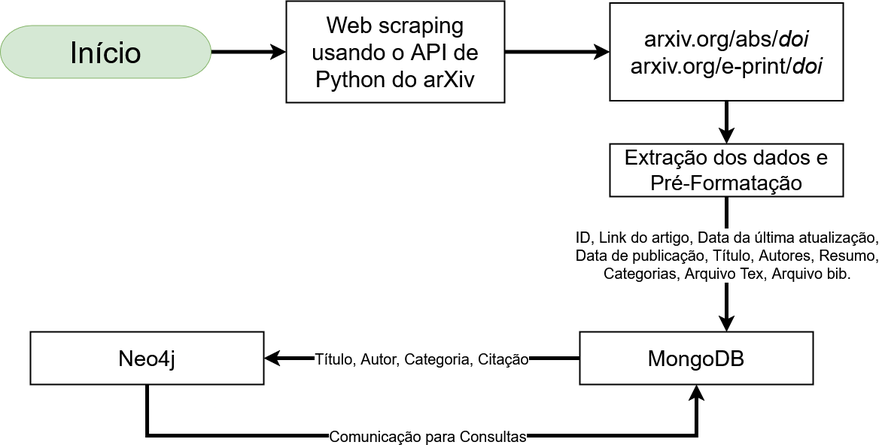
The draw.io diagram images/Fluxograma_PMD.png in badastt/UFSCar-CC-So-PMD2025-Grupo09, before a commit. Source tidied: cells renumbered, new cells last; positions are measured from the earlier drawing's top-left corner, leaving out a move shared by most shapes. The source it was exported from:
```xml
<mxGraphModel>
  <root>
    <mxCell id="0" />
    <mxCell id="1" parent="0" />
    <mxCell id="2" style="edgeStyle=orthogonalEdgeStyle;rounded=0;jettySize=auto;html=1;exitX=1;exitY=0.5;exitDx=0;exitDy=0;entryX=0;entryY=0.5;entryDx=0;entryDy=0;strokeColor=default;strokeWidth=5;align=center;verticalAlign=middle;fontFamily=Helvetica;fontSize=11;fontColor=default;labelBackgroundColor=default;endArrow=classic;" parent="1" edge="1" source="3" target="7">
      <mxGeometry relative="1" as="geometry" />
    </mxCell>
    <mxCell id="3" value="&lt;font style=&quot;font-size: 30px;&quot;&gt;Web scraping usando o API de Python do arXiv&lt;/font&gt;" style="rounded=0;whiteSpace=wrap;html=1;strokeWidth=2;" parent="1" vertex="1">
      <mxGeometry x="380" width="290" height="135" as="geometry" />
    </mxCell>
    <mxCell id="4" style="edgeStyle=orthogonalEdgeStyle;rounded=0;jettySize=auto;html=1;exitX=1;exitY=0.5;exitDx=0;exitDy=0;entryX=0;entryY=0.5;entryDx=0;entryDy=0;strokeWidth=5;" parent="1" edge="1" source="5" target="3">
      <mxGeometry relative="1" as="geometry" />
    </mxCell>
    <mxCell id="5" value="&lt;font style=&quot;font-size: 40px;&quot;&gt;Início&lt;/font&gt;" style="rounded=1;whiteSpace=wrap;html=1;arcSize=60;fillColor=#d5e8d4;strokeColor=#82b366;" parent="1" vertex="1">
      <mxGeometry y="32.5" width="280" height="70" as="geometry" />
    </mxCell>
    <mxCell id="6" style="edgeStyle=orthogonalEdgeStyle;rounded=0;jettySize=auto;html=1;exitX=0.5;exitY=1;exitDx=0;exitDy=0;entryX=0.5;entryY=0;entryDx=0;entryDy=0;strokeWidth=5;" parent="1" edge="1" source="7" target="10">
      <mxGeometry relative="1" as="geometry" />
    </mxCell>
    <mxCell id="7" value="&lt;div&gt;&lt;font style=&quot;font-size: 30px;&quot;&gt;arxiv.org/abs/&lt;i&gt;doi&lt;/i&gt;&lt;/font&gt;&lt;/div&gt;&lt;div&gt;&lt;font style=&quot;font-size: 30px;&quot;&gt;arxiv.org/e-print/&lt;i&gt;doi&lt;/i&gt;&lt;/font&gt;&lt;/div&gt;" style="rounded=0;whiteSpace=wrap;html=1;strokeWidth=2;perimeterSpacing=0;labelPadding=0;noLabel=0;spacing=2;spacingTop=0;" parent="1" vertex="1">
      <mxGeometry x="810" y="2.5" width="310" height="130" as="geometry" />
    </mxCell>
    <mxCell id="8" style="edgeStyle=orthogonalEdgeStyle;rounded=0;jettySize=auto;html=1;exitX=0.5;exitY=1;exitDx=0;exitDy=0;entryX=0.629;entryY=0;entryDx=0;entryDy=0;strokeWidth=5;entryPerimeter=0;" parent="1" edge="1" source="10" target="13">
      <mxGeometry relative="1" as="geometry" />
    </mxCell>
    <mxCell id="9" value="&lt;div&gt;&lt;font style=&quot;font-size: 20px;&quot;&gt;ID, Link do artigo, Data da última atualização,&lt;/font&gt;&lt;/div&gt;&lt;div&gt;&lt;font style=&quot;font-size: 20px;&quot;&gt;Data de publicação, Título, Autores, Resumo,&lt;/font&gt;&lt;/div&gt;&lt;div&gt;&lt;font style=&quot;font-size: 20px;&quot;&gt;Categorias, Arquivo Tex, Arquivo bib.&lt;/font&gt;&lt;/div&gt;" style="edgeLabel;html=1;align=center;verticalAlign=middle;" parent="8" vertex="1">
      <mxGeometry x="-0.13" relative="1" as="geometry" />
    </mxCell>
    <mxCell id="10" value="&lt;div&gt;&lt;font style=&quot;font-size: 28px;&quot;&gt;Extração dos dados e&lt;/font&gt;&lt;/div&gt;&lt;div&gt;&lt;font style=&quot;font-size: 28px;&quot;&gt;Pré-Formatação&lt;/font&gt;&lt;/div&gt;" style="rounded=0;whiteSpace=wrap;html=1;strokeWidth=2;perimeterSpacing=0;labelPadding=0;noLabel=0;spacing=2;spacingTop=0;" parent="1" vertex="1">
      <mxGeometry x="810" y="190" width="310" height="70" as="geometry" />
    </mxCell>
    <mxCell id="11" style="edgeStyle=orthogonalEdgeStyle;rounded=0;jettySize=auto;html=1;exitX=0;exitY=0.5;exitDx=0;exitDy=0;entryX=1;entryY=0.5;entryDx=0;entryDy=0;strokeColor=default;strokeWidth=5;align=center;verticalAlign=middle;fontFamily=Helvetica;fontSize=11;fontColor=default;labelBackgroundColor=default;endArrow=classic;" parent="1" edge="1" source="13" target="16">
      <mxGeometry relative="1" as="geometry" />
    </mxCell>
    <mxCell id="12" value="&lt;font style=&quot;font-size: 20px;&quot;&gt;Título, Autor, Categoria, Citação&lt;/font&gt;" style="edgeLabel;html=1;align=center;verticalAlign=middle;" parent="11" vertex="1">
      <mxGeometry x="0.01" relative="1" as="geometry" />
    </mxCell>
    <mxCell id="13" value="&lt;div&gt;&lt;font style=&quot;font-size: 29px;&quot;&gt;MongoDB&lt;/font&gt;&lt;/div&gt;" style="rounded=0;whiteSpace=wrap;html=1;strokeWidth=2;perimeterSpacing=0;labelPadding=0;noLabel=0;spacing=2;spacingTop=0;" parent="1" vertex="1">
      <mxGeometry x="770" y="440" width="310" height="70" as="geometry" />
    </mxCell>
    <mxCell id="14" style="edgeStyle=orthogonalEdgeStyle;rounded=0;jettySize=auto;html=1;exitX=0.5;exitY=1;exitDx=0;exitDy=0;entryX=0.5;entryY=1;entryDx=0;entryDy=0;strokeColor=default;strokeWidth=5;align=center;verticalAlign=middle;fontFamily=Helvetica;fontSize=11;fontColor=default;labelBackgroundColor=default;endArrow=classic;" parent="1" edge="1" source="16" target="13">
      <mxGeometry relative="1" as="geometry">
        <Array as="points">
          <mxPoint x="195" y="578" />
          <mxPoint x="925" y="578" />
        </Array>
      </mxGeometry>
    </mxCell>
    <mxCell id="15" value="&lt;font style=&quot;font-size: 20px;&quot;&gt;Comunicação para Consultas&lt;/font&gt;" style="edgeLabel;html=1;align=center;verticalAlign=middle;" parent="14" vertex="1">
      <mxGeometry x="0.02" relative="1" as="geometry" />
    </mxCell>
    <mxCell id="16" value="&lt;div&gt;&lt;font style=&quot;font-size: 29px;&quot;&gt;Neo4j&lt;/font&gt;&lt;/div&gt;" style="rounded=0;whiteSpace=wrap;html=1;strokeWidth=2;perimeterSpacing=0;labelPadding=0;noLabel=0;spacing=2;spacingTop=0;" parent="1" vertex="1">
      <mxGeometry x="40" y="440" width="310" height="70" as="geometry" />
    </mxCell>
  </root>
</mxGraphModel>
```
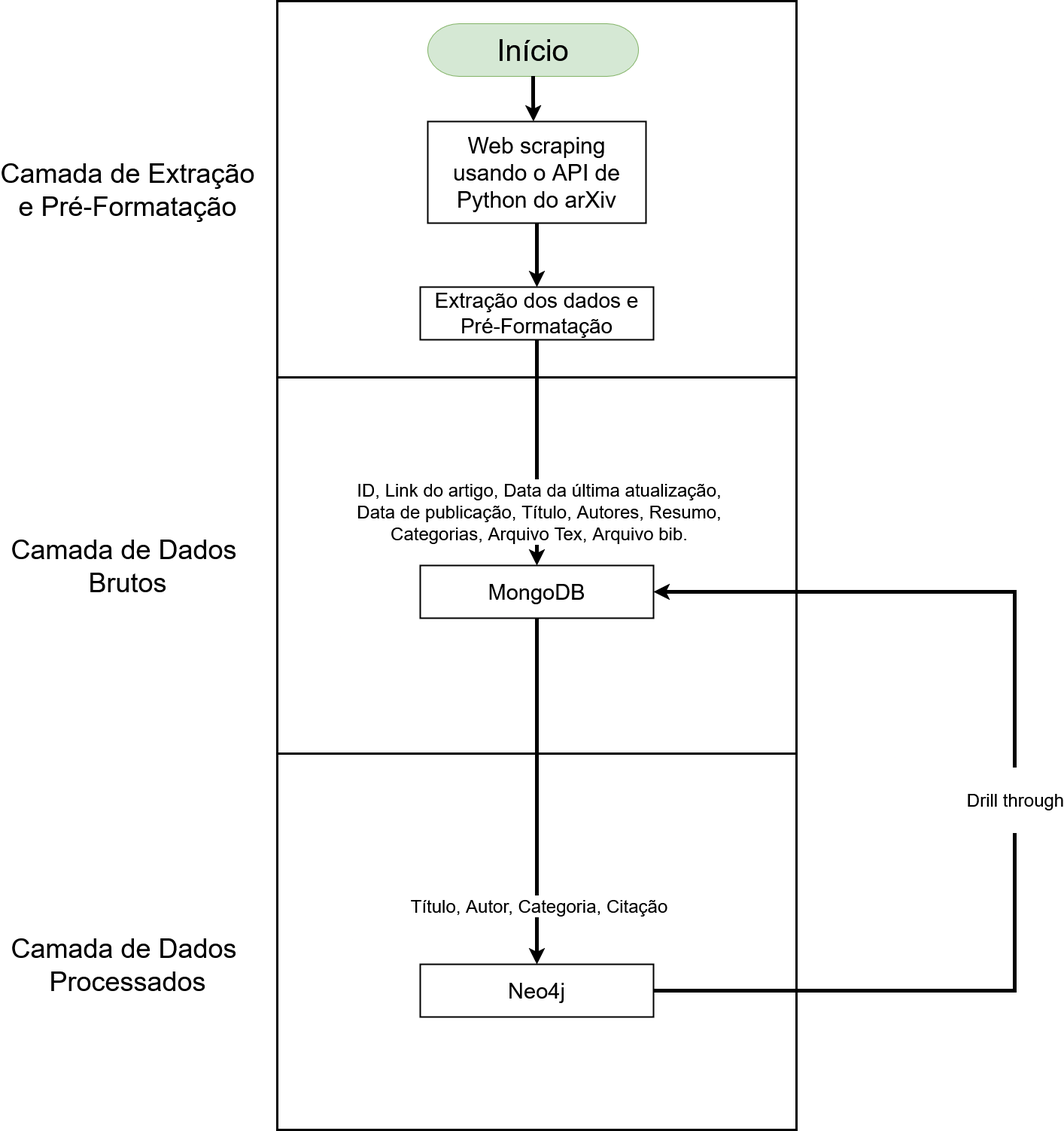
Above is the later version.

Change to the diagram source:
```diff
@@ -2,55 +2,67 @@
   <root>
     <mxCell id="0" />
     <mxCell id="1" parent="0" />
-    <mxCell id="2" style="edgeStyle=orthogonalEdgeStyle;rounded=0;jettySize=auto;html=1;exitX=1;exitY=0.5;exitDx=0;exitDy=0;entryX=0;entryY=0.5;entryDx=0;entryDy=0;strokeColor=default;strokeWidth=5;align=center;verticalAlign=middle;fontFamily=Helvetica;fontSize=11;fontColor=default;labelBackgroundColor=default;endArrow=classic;" parent="1" edge="1" source="3" target="7">
-      <mxGeometry relative="1" as="geometry" />
-    </mxCell>
+    <mxCell id="17" style="rounded=0;whiteSpace=wrap;html=1;fillColor=none;strokeWidth=3;" parent="1" vertex="1">
+      <mxGeometry x="180" y="-270" width="690" height="500" as="geometry" />
+    </mxCell>
+    <mxCell id="18" style="rounded=0;whiteSpace=wrap;html=1;fillColor=none;strokeWidth=3;" parent="1" vertex="1">
+      <mxGeometry x="180" y="230" width="690" height="500" as="geometry" />
+    </mxCell>
+    <mxCell id="19" style="rounded=0;whiteSpace=wrap;html=1;fillColor=none;strokeWidth=3;" parent="1" vertex="1">
+      <mxGeometry x="180" y="730" width="690" height="500" as="geometry" />
+    </mxCell>
+    <mxCell id="20" style="edgeStyle=orthogonalEdgeStyle;rounded=0;jettySize=auto;html=1;entryX=0.5;entryY=0;entryDx=0;entryDy=0;strokeWidth=5;" parent="1" edge="1" source="3" target="10">
+      <mxGeometry relative="1" as="geometry" />
+    </mxCell>
     <mxCell id="3" value="&lt;font style=&quot;font-size: 30px;&quot;&gt;Web scraping usando o API de Python do arXiv&lt;/font&gt;" style="rounded=0;whiteSpace=wrap;html=1;strokeWidth=2;" parent="1" vertex="1">
-      <mxGeometry x="380" width="290" height="135" as="geometry" />
+      <mxGeometry x="380" y="-110" width="290" height="135" as="geometry" />
     </mxCell>
-    <mxCell id="4" style="edgeStyle=orthogonalEdgeStyle;rounded=0;jettySize=auto;html=1;exitX=1;exitY=0.5;exitDx=0;exitDy=0;entryX=0;entryY=0.5;entryDx=0;entryDy=0;strokeWidth=5;" parent="1" edge="1" source="5" target="3">
-      <mxGeometry relative="1" as="geometry" />
-    </mxCell>
     <mxCell id="5" value="&lt;font style=&quot;font-size: 40px;&quot;&gt;Início&lt;/font&gt;" style="rounded=1;whiteSpace=wrap;html=1;arcSize=60;fillColor=#d5e8d4;strokeColor=#82b366;" parent="1" vertex="1">
-      <mxGeometry y="32.5" width="280" height="70" as="geometry" />
+      <mxGeometry x="380" y="-240" width="280" height="70" as="geometry" />
     </mxCell>
-    <mxCell id="6" style="edgeStyle=orthogonalEdgeStyle;rounded=0;jettySize=auto;html=1;exitX=0.5;exitY=1;exitDx=0;exitDy=0;entryX=0.5;entryY=0;entryDx=0;entryDy=0;strokeWidth=5;" parent="1" edge="1" source="7" target="10">
-      <mxGeometry relative="1" as="geometry" />
-    </mxCell>
-    <mxCell id="7" value="&lt;div&gt;&lt;font style=&quot;font-size: 30px;&quot;&gt;arxiv.org/abs/&lt;i&gt;doi&lt;/i&gt;&lt;/font&gt;&lt;/div&gt;&lt;div&gt;&lt;font style=&quot;font-size: 30px;&quot;&gt;arxiv.org/e-print/&lt;i&gt;doi&lt;/i&gt;&lt;/font&gt;&lt;/div&gt;" style="rounded=0;whiteSpace=wrap;html=1;strokeWidth=2;perimeterSpacing=0;labelPadding=0;noLabel=0;spacing=2;spacingTop=0;" parent="1" vertex="1">
-      <mxGeometry x="810" y="2.5" width="310" height="130" as="geometry" />
-    </mxCell>
-    <mxCell id="8" style="edgeStyle=orthogonalEdgeStyle;rounded=0;jettySize=auto;html=1;exitX=0.5;exitY=1;exitDx=0;exitDy=0;entryX=0.629;entryY=0;entryDx=0;entryDy=0;strokeWidth=5;entryPerimeter=0;" parent="1" edge="1" source="10" target="13">
+    <mxCell id="8" style="edgeStyle=orthogonalEdgeStyle;rounded=0;jettySize=auto;html=1;entryX=0.5;entryY=0;entryDx=0;entryDy=0;strokeWidth=5;" parent="1" edge="1" source="10" target="13">
       <mxGeometry relative="1" as="geometry" />
     </mxCell>
-    <mxCell id="9" value="&lt;div&gt;&lt;font style=&quot;font-size: 20px;&quot;&gt;ID, Link do artigo, Data da última atualização,&lt;/font&gt;&lt;/div&gt;&lt;div&gt;&lt;font style=&quot;font-size: 20px;&quot;&gt;Data de publicação, Título, Autores, Resumo,&lt;/font&gt;&lt;/div&gt;&lt;div&gt;&lt;font style=&quot;font-size: 20px;&quot;&gt;Categorias, Arquivo Tex, Arquivo bib.&lt;/font&gt;&lt;/div&gt;" style="edgeLabel;html=1;align=center;verticalAlign=middle;" parent="8" vertex="1">
-      <mxGeometry x="-0.13" relative="1" as="geometry" />
+    <mxCell id="9" value="&lt;div&gt;&lt;font style=&quot;font-size: 24px;&quot;&gt;ID, Link do artigo, Data da última atualização,&lt;/font&gt;&lt;/div&gt;&lt;div&gt;&lt;font style=&quot;font-size: 24px;&quot;&gt;Data de publicação, Título, Autores, Resumo,&lt;/font&gt;&lt;/div&gt;&lt;div&gt;&lt;font style=&quot;font-size: 24px;&quot;&gt;Categorias, Arquivo Tex, Arquivo bib.&lt;/font&gt;&lt;/div&gt;" style="edgeLabel;html=1;align=center;verticalAlign=middle;" parent="8" vertex="1">
+      <mxGeometry x="0.52" y="2" relative="1" as="geometry" />
     </mxCell>
     <mxCell id="10" value="&lt;div&gt;&lt;font style=&quot;font-size: 28px;&quot;&gt;Extração dos dados e&lt;/font&gt;&lt;/div&gt;&lt;div&gt;&lt;font style=&quot;font-size: 28px;&quot;&gt;Pré-Formatação&lt;/font&gt;&lt;/div&gt;" style="rounded=0;whiteSpace=wrap;html=1;strokeWidth=2;perimeterSpacing=0;labelPadding=0;noLabel=0;spacing=2;spacingTop=0;" parent="1" vertex="1">
-      <mxGeometry x="810" y="190" width="310" height="70" as="geometry" />
+      <mxGeometry x="370" y="110" width="310" height="70" as="geometry" />
     </mxCell>
-    <mxCell id="11" style="edgeStyle=orthogonalEdgeStyle;rounded=0;jettySize=auto;html=1;exitX=0;exitY=0.5;exitDx=0;exitDy=0;entryX=1;entryY=0.5;entryDx=0;entryDy=0;strokeColor=default;strokeWidth=5;align=center;verticalAlign=middle;fontFamily=Helvetica;fontSize=11;fontColor=default;labelBackgroundColor=default;endArrow=classic;" parent="1" edge="1" source="13" target="16">
+    <mxCell id="11" style="edgeStyle=orthogonalEdgeStyle;rounded=0;jettySize=auto;html=1;strokeWidth=5;" parent="1" edge="1" source="13" target="16">
       <mxGeometry relative="1" as="geometry" />
     </mxCell>
-    <mxCell id="12" value="&lt;font style=&quot;font-size: 20px;&quot;&gt;Título, Autor, Categoria, Citação&lt;/font&gt;" style="edgeLabel;html=1;align=center;verticalAlign=middle;" parent="11" vertex="1">
-      <mxGeometry x="0.01" relative="1" as="geometry" />
+    <mxCell id="12" value="&lt;font style=&quot;font-size: 24px;&quot;&gt;Título, Autor, Categoria, Citação&lt;/font&gt;" style="edgeLabel;html=1;align=center;verticalAlign=middle;" parent="11" vertex="1">
+      <mxGeometry x="0.66" y="2" relative="1" as="geometry" />
     </mxCell>
     <mxCell id="13" value="&lt;div&gt;&lt;font style=&quot;font-size: 29px;&quot;&gt;MongoDB&lt;/font&gt;&lt;/div&gt;" style="rounded=0;whiteSpace=wrap;html=1;strokeWidth=2;perimeterSpacing=0;labelPadding=0;noLabel=0;spacing=2;spacingTop=0;" parent="1" vertex="1">
-      <mxGeometry x="770" y="440" width="310" height="70" as="geometry" />
+      <mxGeometry x="370" y="480" width="310" height="70" as="geometry" />
     </mxCell>
-    <mxCell id="14" style="edgeStyle=orthogonalEdgeStyle;rounded=0;jettySize=auto;html=1;exitX=0.5;exitY=1;exitDx=0;exitDy=0;entryX=0.5;entryY=1;entryDx=0;entryDy=0;strokeColor=default;strokeWidth=5;align=center;verticalAlign=middle;fontFamily=Helvetica;fontSize=11;fontColor=default;labelBackgroundColor=default;endArrow=classic;" parent="1" edge="1" source="16" target="13">
+    <mxCell id="14" style="edgeStyle=orthogonalEdgeStyle;rounded=0;jettySize=auto;html=1;exitX=1;exitY=0.5;exitDx=0;exitDy=0;entryX=1;entryY=0.5;entryDx=0;entryDy=0;strokeWidth=5;" parent="1" edge="1" source="16" target="13">
       <mxGeometry relative="1" as="geometry">
         <Array as="points">
-          <mxPoint x="195" y="578" />
-          <mxPoint x="925" y="578" />
+          <mxPoint x="1160" y="1045" />
+          <mxPoint x="1160" y="515" />
         </Array>
       </mxGeometry>
     </mxCell>
-    <mxCell id="15" value="&lt;font style=&quot;font-size: 20px;&quot;&gt;Comunicação para Consultas&lt;/font&gt;" style="edgeLabel;html=1;align=center;verticalAlign=middle;" parent="14" vertex="1">
-      <mxGeometry x="0.02" relative="1" as="geometry" />
-    </mxCell>
+    <mxCell id="21" value="&lt;font style=&quot;font-size: 24px;&quot;&gt;&lt;br&gt;&lt;font&gt;Drill through&lt;/font&gt;&lt;/font&gt;&lt;div&gt;&lt;font style=&quot;font-size: 24px;&quot;&gt;&lt;br&gt;&lt;/font&gt;&lt;/div&gt;" style="edgeLabel;html=1;align=center;verticalAlign=middle;" parent="14" vertex="1">
+      <mxGeometry x="-0.02" relative="1" as="geometry" />
+    </mxCell>
     <mxCell id="16" value="&lt;div&gt;&lt;font style=&quot;font-size: 29px;&quot;&gt;Neo4j&lt;/font&gt;&lt;/div&gt;" style="rounded=0;whiteSpace=wrap;html=1;strokeWidth=2;perimeterSpacing=0;labelPadding=0;noLabel=0;spacing=2;spacingTop=0;" parent="1" vertex="1">
-      <mxGeometry x="40" y="440" width="310" height="70" as="geometry" />
+      <mxGeometry x="370" y="1010" width="310" height="70" as="geometry" />
     </mxCell>
+    <mxCell id="4" style="edgeStyle=orthogonalEdgeStyle;rounded=0;jettySize=auto;html=1;entryX=0.484;entryY=0;entryDx=0;entryDy=0;entryPerimeter=0;strokeWidth=5;" parent="1" edge="1" source="5" target="3">
+      <mxGeometry relative="1" as="geometry" />
+    </mxCell>
+    <mxCell id="22" value="&lt;font style=&quot;font-size: 36px;&quot;&gt;&lt;br&gt;&lt;/font&gt;&lt;div&gt;&lt;font style=&quot;font-size: 36px;&quot;&gt;&lt;font&gt;Camada de Dados&amp;nbsp;&lt;/font&gt;&lt;/font&gt;&lt;/div&gt;&lt;div&gt;&lt;font style=&quot;font-size: 36px;&quot;&gt;&lt;font&gt;Processados&lt;/font&gt;&lt;/font&gt;&lt;/div&gt;&lt;div&gt;&lt;font style=&quot;font-size: 36px;&quot;&gt;&lt;br&gt;&lt;/font&gt;&lt;/div&gt;" style="edgeLabel;html=1;align=center;verticalAlign=middle;" parent="1" vertex="1">
+      <mxGeometry x="-20" y="1010" as="geometry" />
+    </mxCell>
+    <mxCell id="23" value="&lt;font style=&quot;font-size: 36px;&quot;&gt;&lt;br&gt;&lt;/font&gt;&lt;div&gt;&lt;font style=&quot;font-size: 36px;&quot;&gt;&lt;font&gt;Camada de Dados&amp;nbsp;&lt;/font&gt;&lt;/font&gt;&lt;/div&gt;&lt;div&gt;&lt;font style=&quot;font-size: 36px;&quot;&gt;&lt;font&gt;Brutos&lt;/font&gt;&lt;/font&gt;&lt;/div&gt;&lt;div&gt;&lt;font style=&quot;font-size: 36px;&quot;&gt;&lt;br&gt;&lt;/font&gt;&lt;/div&gt;" style="edgeLabel;html=1;align=center;verticalAlign=middle;" parent="1" vertex="1">
+      <mxGeometry x="-20" y="480" as="geometry" />
+    </mxCell>
+    <mxCell id="24" value="&lt;font style=&quot;font-size: 36px;&quot;&gt;&lt;br&gt;&lt;/font&gt;&lt;div&gt;&lt;font style=&quot;font-size: 36px;&quot;&gt;&lt;font&gt;Camada de Extração&lt;/font&gt;&lt;/font&gt;&lt;/div&gt;&lt;div&gt;&lt;font style=&quot;font-size: 36px;&quot;&gt;&lt;font&gt;e Pré-Formatação&lt;/font&gt;&lt;/font&gt;&lt;/div&gt;&lt;div&gt;&lt;font style=&quot;font-size: 36px;&quot;&gt;&lt;br&gt;&lt;/font&gt;&lt;/div&gt;" style="edgeLabel;html=1;align=center;verticalAlign=middle;" parent="1" vertex="1">
+      <mxGeometry x="-20" y="-20" as="geometry" />
+    </mxCell>
   </root>
 </mxGraphModel>
```
